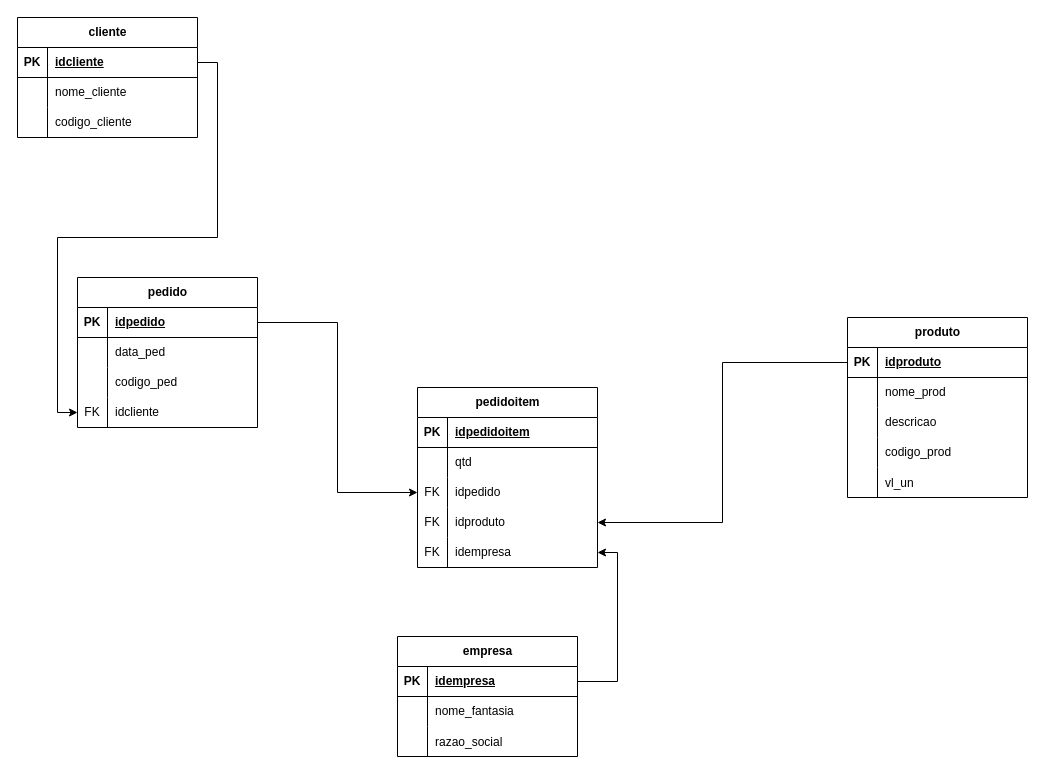
Above: ProjetoPooGrupo3/DER BD.drawio in Monerat/SerraTec-POO-Grupo3 (draw.io), before the change. Source tidied: cells renumbered, new cells numbered last; positions are measured from the earlier drawing's top-left corner, leaving out a move shared by most shapes. Both pictures are drawn from the tidied source at 100%, with x=0, y=0 at pixel (17, 17).
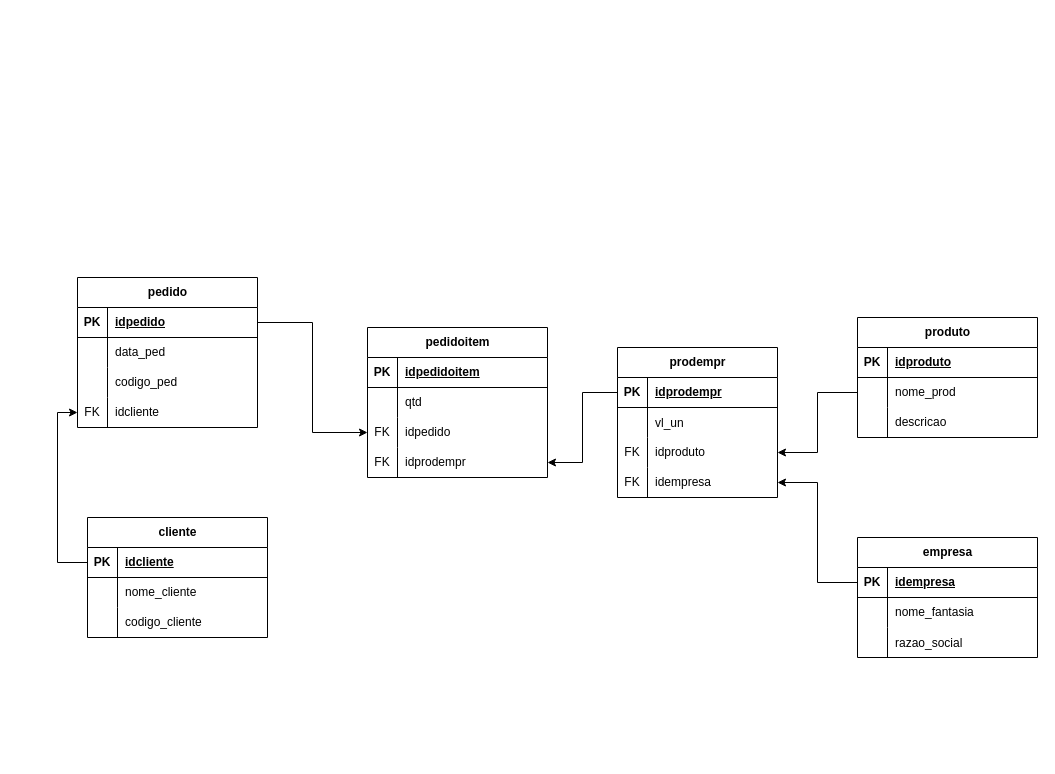
Above is the later version.

Commit message (it also covers changes not shown here):
adicionando o QueryDAO(incompleto falta fazer as query's)

Unchanged cells that the change refers to:
```xml
<mxCell id="3" style="shape=tableRow;horizontal=0;startSize=0;swimlaneHead=0;swimlaneBody=0;fillColor=none;points=[[0,0.5],[1,0.5]];portConstraint=eastwest;top=0;left=0;right=0;bottom=1;" parent="2" vertex="1">
  <mxGeometry y="30" width="180" height="30" as="geometry" />
</mxCell>
<mxCell id="13" style="shape=tableRow;horizontal=0;startSize=0;swimlaneHead=0;swimlaneBody=0;fillColor=none;points=[[0,0.5],[1,0.5]];portConstraint=eastwest;top=0;left=0;right=0;bottom=1;" parent="12" vertex="1">
  <mxGeometry y="30" width="180" height="30" as="geometry" />
</mxCell>
<mxCell id="16" style="shape=tableRow;horizontal=0;startSize=0;swimlaneHead=0;swimlaneBody=0;fillColor=none;points=[[0,0.5],[1,0.5]];portConstraint=eastwest;top=0;left=0;right=0;bottom=0;" parent="12" vertex="1">
  <mxGeometry y="60" width="180" height="30" as="geometry" />
</mxCell>
<mxCell id="38" style="shape=tableRow;horizontal=0;startSize=0;swimlaneHead=0;swimlaneBody=0;fillColor=none;points=[[0,0.5],[1,0.5]];portConstraint=eastwest;top=0;left=0;right=0;bottom=0;" parent="28" vertex="1">
  <mxGeometry y="120" width="180" height="30" as="geometry" />
</mxCell>
<mxCell id="51" style="shape=tableRow;horizontal=0;startSize=0;swimlaneHead=0;swimlaneBody=0;fillColor=none;points=[[0,0.5],[1,0.5]];portConstraint=eastwest;top=0;left=0;right=0;bottom=0;" parent="41" vertex="1">
  <mxGeometry y="120" width="180" height="30" as="geometry" />
</mxCell>
<mxCell id="61" style="shape=tableRow;horizontal=0;startSize=0;swimlaneHead=0;swimlaneBody=0;fillColor=none;points=[[0,0.5],[1,0.5]];portConstraint=eastwest;top=0;left=0;right=0;bottom=1;" parent="60" vertex="1">
  <mxGeometry y="30" width="180" height="30" as="geometry" />
</mxCell>
```

What changed in the source:
```diff
@@
     <mxCell id="2" value="cliente" style="shape=table;startSize=30;childLayout=tableLayout;rowLines=0;fontStyle=1;align=center;html=1;" parent="1" vertex="1">
-      <mxGeometry width="180" height="120" as="geometry" />
+      <mxGeometry x="70" y="500" width="180" height="120" as="geometry" />
     </mxCell>
@@
     <mxCell id="12" value="produto" style="shape=table;startSize=30;childLayout=tableLayout;rowLines=0;fontStyle=1;align=center;html=1;" parent="1" vertex="1">
-      <mxGeometry x="830" y="300" width="180" height="180" as="geometry" />
+      <mxGeometry x="840" y="300" width="180" height="120" as="geometry" />
     </mxCell>
@@
-    <mxCell id="22" style="shape=tableRow;horizontal=0;startSize=0;swimlaneHead=0;swimlaneBody=0;fillColor=none;top=0;left=0;right=0;bottom=0;" parent="12" vertex="1">
-      <mxGeometry y="120" width="180" height="30" as="geometry" />
-    </mxCell>
-    <mxCell id="23" style="shape=partialRectangle;fillColor=none;top=0;left=0;bottom=0;right=0;overflow=hidden;whiteSpace=wrap;html=1;" parent="22" vertex="1">
-      <mxGeometry width="30" height="30" as="geometry" />
-    </mxCell>
-    <mxCell id="24" value="codigo_prod" style="shape=partialRectangle;fillColor=none;top=0;left=0;bottom=0;right=0;align=left;spacingLeft=6;overflow=hidden;whiteSpace=wrap;html=1;" parent="22" vertex="1">
-      <mxGeometry x="30" width="150" height="30" as="geometry" />
-    </mxCell>
-    <mxCell id="25" style="shape=tableRow;horizontal=0;startSize=0;swimlaneHead=0;swimlaneBody=0;fillColor=none;top=0;left=0;right=0;bottom=0;" parent="12" vertex="1">
-      <mxGeometry y="150" width="180" height="30" as="geometry" />
-    </mxCell>
-    <mxCell id="26" style="shape=partialRectangle;fillColor=none;top=0;left=0;bottom=0;right=0;overflow=hidden;" parent="25" vertex="1">
-      <mxGeometry width="30" height="30" as="geometry" />
-    </mxCell>
-    <mxCell id="27" value="vl_un" style="shape=partialRectangle;fillColor=none;top=0;left=0;bottom=0;right=0;align=left;spacingLeft=6;overflow=hidden;" parent="25" vertex="1">
-      <mxGeometry x="30" width="150" height="30" as="geometry" />
-    </mxCell>
@@
     <mxCell id="41" value="pedidoitem" style="shape=table;startSize=30;childLayout=tableLayout;rowLines=0;fontStyle=1;align=center;html=1;" parent="1" vertex="1">
-      <mxGeometry x="400" y="370" width="180" height="180" as="geometry" />
+      <mxGeometry x="350" y="310" width="180" height="150" as="geometry" />
     </mxCell>
@@
-    <mxCell id="53" value="idproduto" style="shape=partialRectangle;fillColor=none;top=0;left=0;bottom=0;right=0;align=left;spacingLeft=6;fontStyle=0;overflow=hidden;whiteSpace=wrap;html=1;" parent="51" vertex="1">
+    <mxCell id="53" value="idprodempr" style="shape=partialRectangle;fillColor=none;top=0;left=0;bottom=0;right=0;align=left;spacingLeft=6;fontStyle=0;overflow=hidden;whiteSpace=wrap;html=1;" parent="51" vertex="1">
       <mxGeometry x="30" width="150" height="30" as="geometry" />
     </mxCell>
-    <mxCell id="54" style="shape=tableRow;horizontal=0;startSize=0;swimlaneHead=0;swimlaneBody=0;fillColor=none;points=[[0,0.5],[1,0.5]];portConstraint=eastwest;top=0;left=0;right=0;bottom=0;" parent="41" vertex="1">
-      <mxGeometry y="150" width="180" height="30" as="geometry" />
-    </mxCell>
-    <mxCell id="55" value="FK" style="shape=partialRectangle;fillColor=none;top=0;left=0;bottom=0;right=0;fontStyle=0;overflow=hidden;whiteSpace=wrap;html=1;" parent="54" vertex="1">
-      <mxGeometry width="30" height="30" as="geometry" />
-    </mxCell>
-    <mxCell id="56" value="idempresa" style="shape=partialRectangle;fillColor=none;top=0;left=0;bottom=0;right=0;align=left;spacingLeft=6;fontStyle=0;overflow=hidden;whiteSpace=wrap;html=1;" parent="54" vertex="1">
-      <mxGeometry x="30" width="150" height="30" as="geometry" />
-    </mxCell>
@@
-    <mxCell id="58" style="edgeStyle=orthogonalEdgeStyle;rounded=0;jettySize=auto;html=1;exitX=0;exitY=0.5;exitDx=0;exitDy=0;entryX=1;entryY=0.5;entryDx=0;entryDy=0;" parent="1" edge="1" source="13" target="51">
-      <mxGeometry relative="1" as="geometry" />
-    </mxCell>
-    <mxCell id="59" style="edgeStyle=orthogonalEdgeStyle;rounded=0;jettySize=auto;html=1;exitX=1;exitY=0.5;exitDx=0;exitDy=0;entryX=0;entryY=0.5;entryDx=0;entryDy=0;" parent="1" edge="1" source="3" target="38">
-      <mxGeometry relative="1" as="geometry" />
-    </mxCell>
     <mxCell id="60" value="empresa" style="shape=table;startSize=30;childLayout=tableLayout;rowLines=0;fontStyle=1;align=center;html=1;" parent="1" vertex="1">
-      <mxGeometry x="380" y="619" width="180" height="120" as="geometry" />
+      <mxGeometry x="840" y="520" width="180" height="120" as="geometry" />
     </mxCell>
@@
-    <mxCell id="70" style="edgeStyle=orthogonalEdgeStyle;rounded=0;jettySize=auto;html=1;exitX=1;exitY=0.5;exitDx=0;exitDy=0;entryX=1;entryY=0.5;entryDx=0;entryDy=0;" parent="1" edge="1" source="61" target="54">
-      <mxGeometry relative="1" as="geometry" />
-    </mxCell>
+    <mxCell id="71" value="prodempr" style="shape=table;startSize=30;childLayout=tableLayout;rowLines=0;fontStyle=1;align=center;html=1;" parent="1" vertex="1">
+      <mxGeometry x="600" y="330" width="160" height="150" as="geometry" />
+    </mxCell>
+    <mxCell id="72" style="shape=tableRow;horizontal=0;startSize=0;swimlaneHead=0;swimlaneBody=0;fillColor=none;points=[[0,0.5],[1,0.5]];portConstraint=eastwest;top=0;left=0;right=0;bottom=1;" parent="71" vertex="1">
+      <mxGeometry y="30" width="160" height="30" as="geometry" />
+    </mxCell>
+    <mxCell id="73" value="PK" style="shape=partialRectangle;fillColor=none;top=0;left=0;bottom=0;right=0;fontStyle=1;overflow=hidden;whiteSpace=wrap;html=1;" parent="72" vertex="1">
+      <mxGeometry width="30" height="30" as="geometry" />
+    </mxCell>
+    <mxCell id="74" value="idprodempr" style="shape=partialRectangle;fillColor=none;top=0;left=0;bottom=0;right=0;align=left;spacingLeft=6;fontStyle=5;overflow=hidden;whiteSpace=wrap;html=1;" parent="72" vertex="1">
+      <mxGeometry x="30" width="130" height="30" as="geometry" />
+    </mxCell>
+    <mxCell id="25" style="shape=tableRow;horizontal=0;startSize=0;swimlaneHead=0;swimlaneBody=0;fillColor=none;top=0;left=0;right=0;bottom=0;" parent="71" vertex="1">
+      <mxGeometry y="60" width="160" height="30" as="geometry" />
+    </mxCell>
+    <mxCell id="26" style="shape=partialRectangle;fillColor=none;top=0;left=0;bottom=0;right=0;overflow=hidden;" parent="25" vertex="1">
+      <mxGeometry width="30" height="30" as="geometry" />
+    </mxCell>
+    <mxCell id="27" value="vl_un" style="shape=partialRectangle;fillColor=none;top=0;left=0;bottom=0;right=0;align=left;spacingLeft=6;overflow=hidden;" parent="25" vertex="1">
+      <mxGeometry x="30" width="130" height="30" as="geometry" />
+    </mxCell>
+    <mxCell id="75" style="shape=tableRow;horizontal=0;startSize=0;swimlaneHead=0;swimlaneBody=0;fillColor=none;points=[[0,0.5],[1,0.5]];portConstraint=eastwest;top=0;left=0;right=0;bottom=0;" parent="71" vertex="1">
+      <mxGeometry y="90" width="160" height="30" as="geometry" />
+    </mxCell>
+    <mxCell id="76" value="FK" style="shape=partialRectangle;fillColor=none;top=0;left=0;bottom=0;right=0;fontStyle=0;overflow=hidden;whiteSpace=wrap;html=1;" parent="75" vertex="1">
+      <mxGeometry width="30" height="30" as="geometry" />
+    </mxCell>
+    <mxCell id="77" value="idproduto" style="shape=partialRectangle;fillColor=none;top=0;left=0;bottom=0;right=0;align=left;spacingLeft=6;fontStyle=0;overflow=hidden;whiteSpace=wrap;html=1;" parent="75" vertex="1">
+      <mxGeometry x="30" width="130" height="30" as="geometry" />
+    </mxCell>
+    <mxCell id="78" style="shape=tableRow;horizontal=0;startSize=0;swimlaneHead=0;swimlaneBody=0;fillColor=none;points=[[0,0.5],[1,0.5]];portConstraint=eastwest;top=0;left=0;right=0;bottom=0;" parent="71" vertex="1">
+      <mxGeometry y="120" width="160" height="30" as="geometry" />
+    </mxCell>
+    <mxCell id="79" value="FK" style="shape=partialRectangle;fillColor=none;top=0;left=0;bottom=0;right=0;fontStyle=0;overflow=hidden;whiteSpace=wrap;html=1;" parent="78" vertex="1">
+      <mxGeometry width="30" height="30" as="geometry" />
+    </mxCell>
+    <mxCell id="56" value="idempresa" style="shape=partialRectangle;fillColor=none;top=0;left=0;bottom=0;right=0;align=left;spacingLeft=6;fontStyle=0;overflow=hidden;whiteSpace=wrap;html=1;" parent="78" vertex="1">
+      <mxGeometry x="30" width="130" height="30" as="geometry" />
+    </mxCell>
+    <mxCell id="80" style="edgeStyle=orthogonalEdgeStyle;rounded=0;jettySize=auto;html=1;exitX=0;exitY=0.5;exitDx=0;exitDy=0;entryX=1;entryY=0.5;entryDx=0;entryDy=0;" parent="1" edge="1" source="72" target="51">
+      <mxGeometry relative="1" as="geometry" />
+    </mxCell>
+    <mxCell id="81" style="edgeStyle=orthogonalEdgeStyle;rounded=0;jettySize=auto;html=1;exitX=0;exitY=0.5;exitDx=0;exitDy=0;entryX=1;entryY=0.5;entryDx=0;entryDy=0;" parent="1" edge="1" source="16" target="75">
+      <mxGeometry relative="1" as="geometry" />
+    </mxCell>
+    <mxCell id="82" style="edgeStyle=orthogonalEdgeStyle;rounded=0;jettySize=auto;html=1;exitX=0;exitY=0.5;exitDx=0;exitDy=0;entryX=1;entryY=0.5;entryDx=0;entryDy=0;" parent="1" edge="1" source="61" target="78">
+      <mxGeometry relative="1" as="geometry" />
+    </mxCell>
+    <mxCell id="59" style="edgeStyle=orthogonalEdgeStyle;rounded=0;jettySize=auto;html=1;exitX=0;exitY=0.5;exitDx=0;exitDy=0;entryX=0;entryY=0.5;entryDx=0;entryDy=0;" parent="1" edge="1" source="3" target="38">
+      <mxGeometry relative="1" as="geometry" />
+    </mxCell>
```
